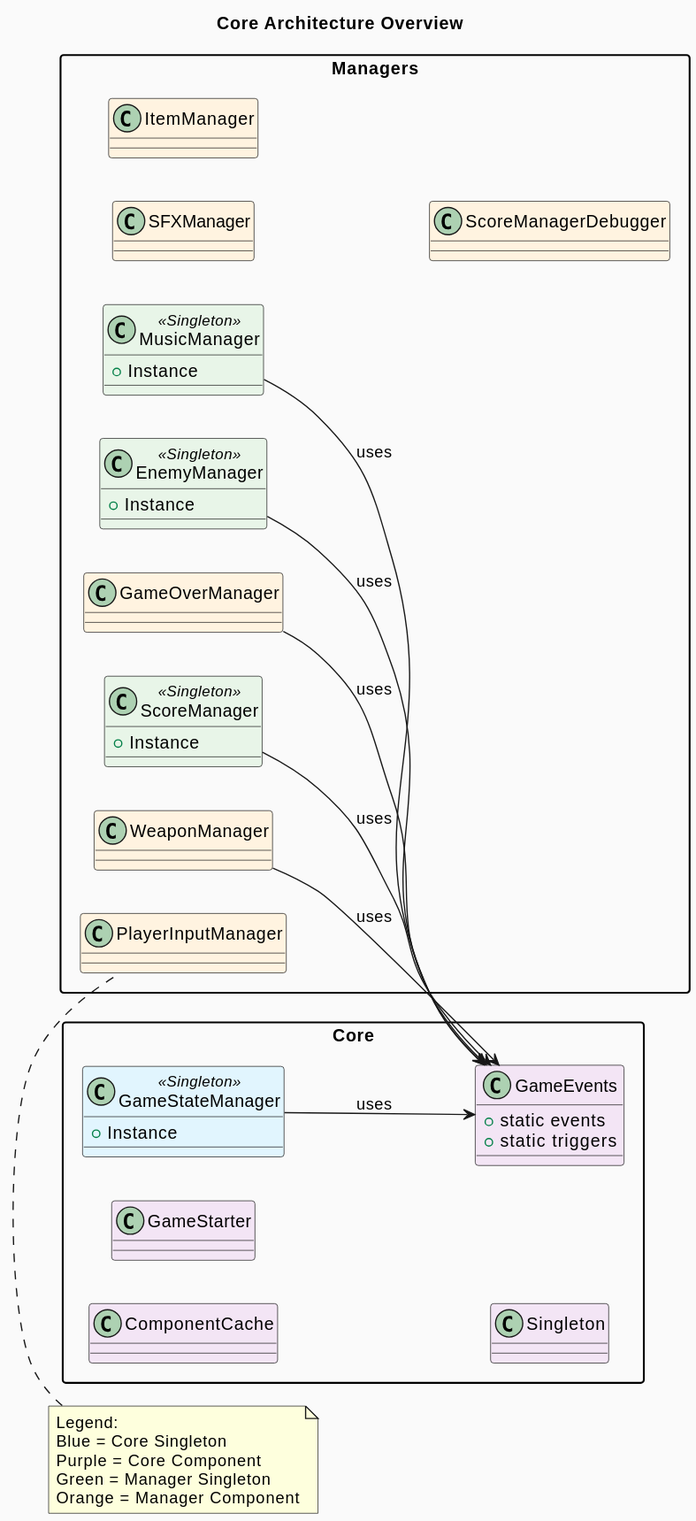
Above: DevTools/Diagrams/out/core_architecture.svg in ieatyoursushi/Zombtoy (PlantUML), before the change. Its diagram source:
```plantuml
@startuml
title Core Architecture Overview
skinparam packageStyle rectangle
skinparam backgroundColor #FAFAFA
left to right direction

package "Core" as CorePkg {
  class ComponentCache  #F3E5F5
  class GameStateManager <<Singleton>> #E1F5FE
  GameStateManager : +Instance
  class GameEvents  #F3E5F5
  GameEvents : +static events
  GameEvents : +static triggers
  class GameStarter  #F3E5F5
  class Singleton  #F3E5F5
}

package "Managers" as MgrPkg {
  class SFXManager  #FFF3E0
  class MusicManager <<Singleton>> #E8F5E8
  MusicManager : +Instance
  class EnemyManager <<Singleton>> #E8F5E8
  EnemyManager : +Instance
  class GameOverManager  #FFF3E0
  class ScoreManager <<Singleton>> #E8F5E8
  ScoreManager : +Instance
  class ItemManager  #FFF3E0
  class WeaponManager  #FFF3E0
  class ScoreManagerDebugger  #FFF3E0
  class PlayerInputManager  #FFF3E0
}

GameStateManager --> GameEvents : uses
MusicManager --> GameEvents : uses
EnemyManager --> GameEvents : uses
GameOverManager --> GameEvents : uses
ScoreManager --> GameEvents : uses
WeaponManager --> GameEvents : uses

note top
Legend:
Blue = Core Singleton
Purple = Core Component
Green = Manager Singleton
Orange = Manager Component
end note
@enduml
```
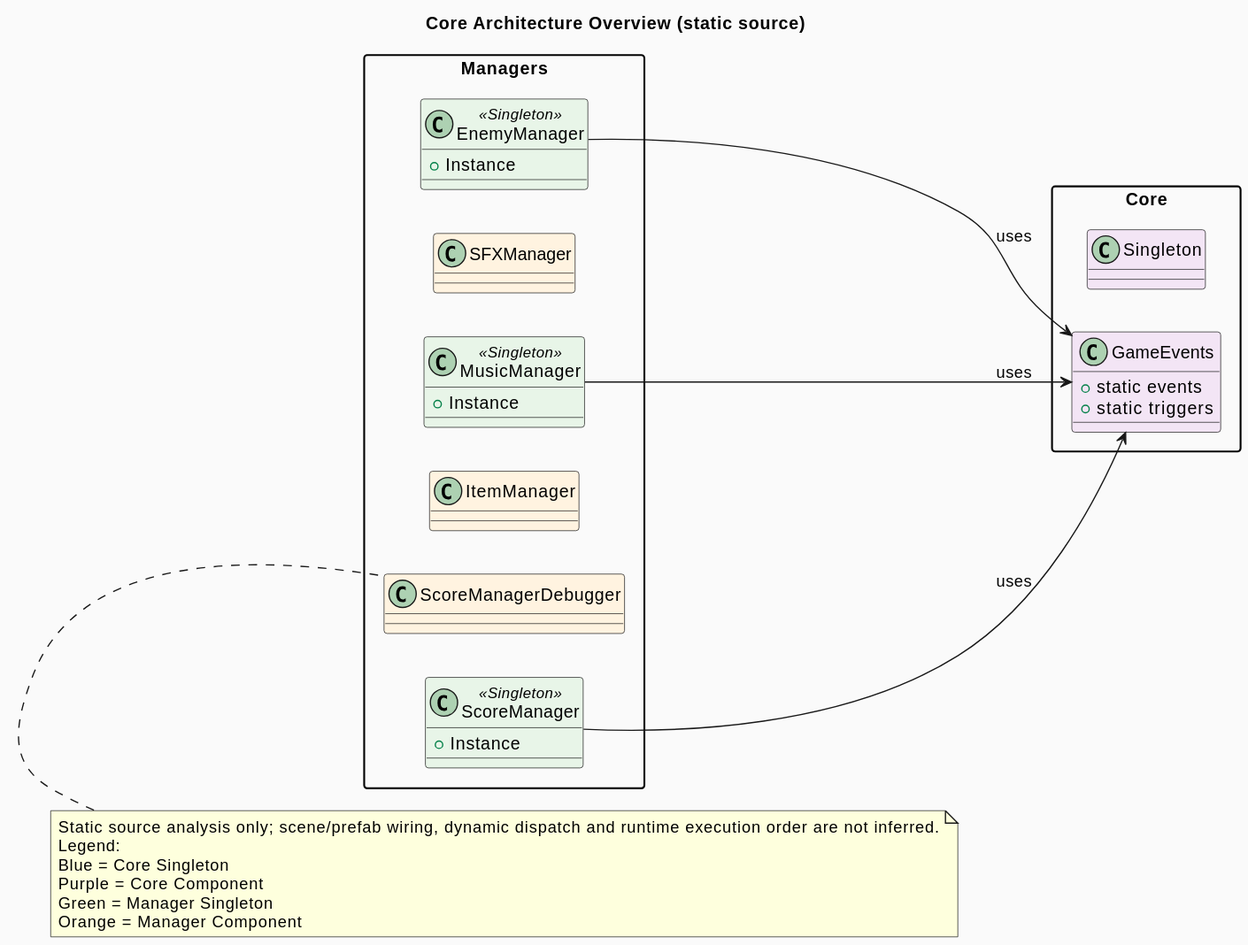
After the commit.

The edit, as a diff of the source:
```diff
@@ -1,43 +1,34 @@
 @startuml
-title Core Architecture Overview
+title Core Architecture Overview (static source)
 skinparam packageStyle rectangle
 skinparam backgroundColor #FAFAFA
 left to right direction
 
 package "Core" as CorePkg {
-  class ComponentCache  #F3E5F5
-  class GameStateManager <<Singleton>> #E1F5FE
-  GameStateManager : +Instance
   class GameEvents  #F3E5F5
   GameEvents : +static events
   GameEvents : +static triggers
-  class GameStarter  #F3E5F5
   class Singleton  #F3E5F5
 }
 
 package "Managers" as MgrPkg {
-  class SFXManager  #FFF3E0
+  class EnemyManager <<Singleton>> #E8F5E8
+  EnemyManager : +Instance
+  class ItemManager  #FFF3E0
   class MusicManager <<Singleton>> #E8F5E8
   MusicManager : +Instance
-  class EnemyManager <<Singleton>> #E8F5E8
-  EnemyManager : +Instance
-  class GameOverManager  #FFF3E0
+  class SFXManager  #FFF3E0
   class ScoreManager <<Singleton>> #E8F5E8
   ScoreManager : +Instance
-  class ItemManager  #FFF3E0
-  class WeaponManager  #FFF3E0
   class ScoreManagerDebugger  #FFF3E0
-  class PlayerInputManager  #FFF3E0
 }
 
-GameStateManager --> GameEvents : uses
+EnemyManager --> GameEvents : uses
 MusicManager --> GameEvents : uses
-EnemyManager --> GameEvents : uses
-GameOverManager --> GameEvents : uses
 ScoreManager --> GameEvents : uses
-WeaponManager --> GameEvents : uses
 
 note top
+Static source analysis only; scene/prefab wiring, dynamic dispatch and runtime execution order are not inferred.
 Legend:
 Blue = Core Singleton
 Purple = Core Component
```
